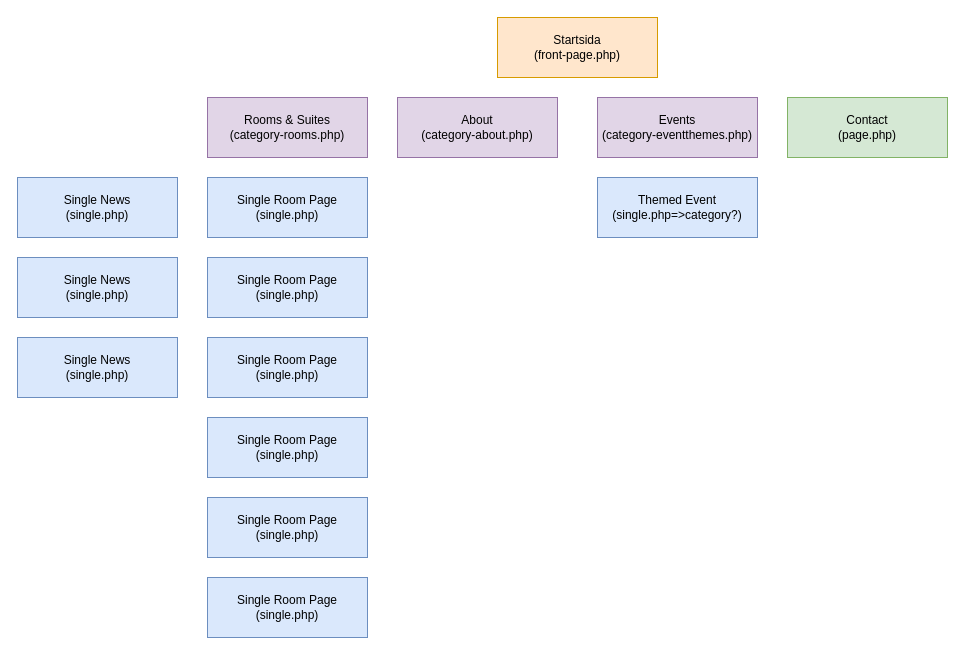
Earlier version of the draw.io diagram sitemap.drawio (moaberglund/mozzafiato). Source tidied: cells renumbered, new cells numbered last; positions are measured from the earlier drawing's top-left corner, leaving out a move shared by most shapes. Both pictures are drawn from the tidied source at 100%, with x=0, y=0 at pixel (17, 17).
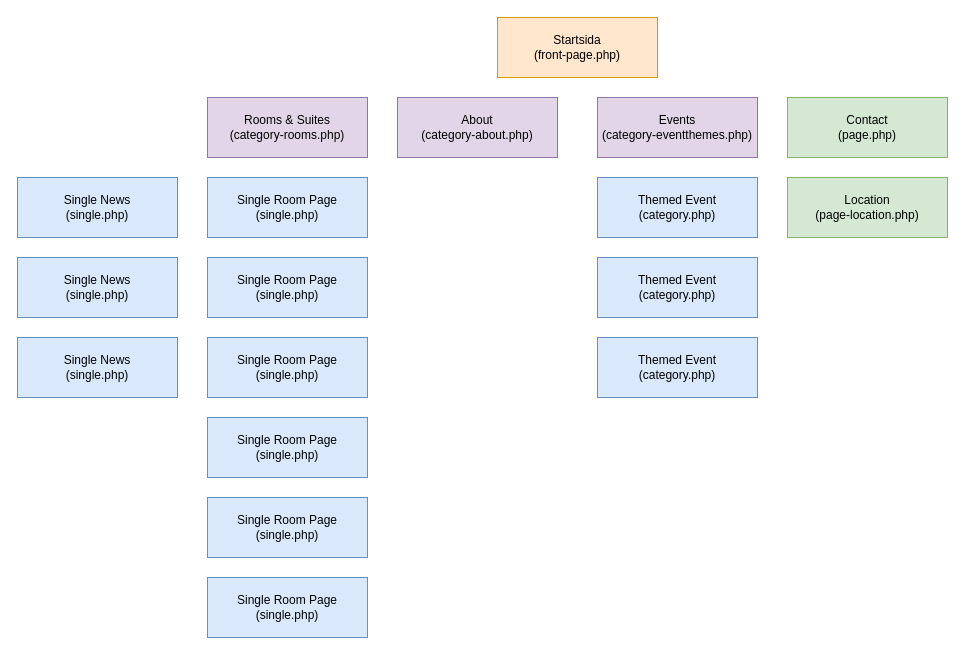
Above is the later version.

Change to the diagram source:
```diff
@@
 <mxGraphModel>
   <root>
     <mxCell id="0" />
     <mxCell id="1" parent="0" />
     <mxCell id="2" value="Startsida&lt;br&gt;(front-page.php)" style="rounded=0;whiteSpace=wrap;html=1;fillColor=#ffe6cc;strokeColor=#d79b00;fontColor=#000000;" parent="1" vertex="1">
       <mxGeometry x="480" width="160" height="60" as="geometry" />
     </mxCell>
     <mxCell id="3" value="About&lt;br&gt;(category-about.php)" style="rounded=0;whiteSpace=wrap;html=1;fillColor=#e1d5e7;strokeColor=#9673a6;fontColor=#000000;" parent="1" vertex="1">
       <mxGeometry x="380" y="80" width="160" height="60" as="geometry" />
     </mxCell>
     <mxCell id="4" value="Events&lt;br&gt;(category-eventthemes.php)" style="rounded=0;whiteSpace=wrap;html=1;fillColor=#e1d5e7;strokeColor=#9673a6;fontColor=#000000;" parent="1" vertex="1">
       <mxGeometry x="580" y="80" width="160" height="60" as="geometry" />
     </mxCell>
     <mxCell id="5" value="Rooms &amp;amp; Suites&lt;br&gt;(category-rooms.php)" style="rounded=0;whiteSpace=wrap;html=1;fillColor=#e1d5e7;strokeColor=#9673a6;fontColor=#000000;" parent="1" vertex="1">
       <mxGeometry x="190" y="80" width="160" height="60" as="geometry" />
     </mxCell>
     <mxCell id="6" value="Contact&lt;br&gt;(page.php)" style="rounded=0;whiteSpace=wrap;html=1;fillColor=#d5e8d4;strokeColor=#82b366;fontColor=#000000;" parent="1" vertex="1">
       <mxGeometry x="770" y="80" width="160" height="60" as="geometry" />
     </mxCell>
     <mxCell id="7" value="Single Room Page&lt;br&gt;(single.php)" style="rounded=0;whiteSpace=wrap;html=1;fillColor=#dae8fc;strokeColor=#6c8ebf;fontColor=#000000;" parent="1" vertex="1">
       <mxGeometry x="190" y="160" width="160" height="60" as="geometry" />
     </mxCell>
     <mxCell id="8" value="Single Room Page&lt;br&gt;(single.php)" style="rounded=0;whiteSpace=wrap;html=1;fillColor=#dae8fc;strokeColor=#6c8ebf;fontColor=#000000;" parent="1" vertex="1">
       <mxGeometry x="190" y="240" width="160" height="60" as="geometry" />
     </mxCell>
     <mxCell id="9" value="Single Room Page&lt;br&gt;(single.php)" style="rounded=0;whiteSpace=wrap;html=1;fillColor=#dae8fc;strokeColor=#6c8ebf;fontColor=#000000;" parent="1" vertex="1">
       <mxGeometry x="190" y="320" width="160" height="60" as="geometry" />
     </mxCell>
     <mxCell id="10" value="Single Room Page&lt;br&gt;(single.php)" style="rounded=0;whiteSpace=wrap;html=1;fillColor=#dae8fc;strokeColor=#6c8ebf;fontColor=#000000;" parent="1" vertex="1">
       <mxGeometry x="190" y="400" width="160" height="60" as="geometry" />
     </mxCell>
     <mxCell id="11" value="Single Room Page&lt;br&gt;(single.php)" style="rounded=0;whiteSpace=wrap;html=1;fillColor=#dae8fc;strokeColor=#6c8ebf;fontColor=#000000;" parent="1" vertex="1">
       <mxGeometry x="190" y="480" width="160" height="60" as="geometry" />
     </mxCell>
     <mxCell id="12" value="Single Room Page&lt;br&gt;(single.php)" style="rounded=0;whiteSpace=wrap;html=1;fillColor=#dae8fc;strokeColor=#6c8ebf;fontColor=#000000;" parent="1" vertex="1">
       <mxGeometry x="190" y="560" width="160" height="60" as="geometry" />
     </mxCell>
     <mxCell id="13" value="Single News&lt;br&gt;(single.php)" style="rounded=0;whiteSpace=wrap;html=1;fillColor=#dae8fc;strokeColor=#6c8ebf;fontColor=#000000;" parent="1" vertex="1">
       <mxGeometry y="160" width="160" height="60" as="geometry" />
     </mxCell>
     <mxCell id="14" value="Single News&lt;br&gt;(single.php)" style="rounded=0;whiteSpace=wrap;html=1;fillColor=#dae8fc;strokeColor=#6c8ebf;fontColor=#000000;" parent="1" vertex="1">
       <mxGeometry y="240" width="160" height="60" as="geometry" />
     </mxCell>
     <mxCell id="15" value="Single News&lt;br&gt;(single.php)" style="rounded=0;whiteSpace=wrap;html=1;fillColor=#dae8fc;strokeColor=#6c8ebf;fontColor=#000000;" parent="1" vertex="1">
       <mxGeometry y="320" width="160" height="60" as="geometry" />
     </mxCell>
-    <mxCell id="16" value="Themed Event&lt;br&gt;(single.php=&amp;gt;category?)" style="rounded=0;whiteSpace=wrap;html=1;fillColor=#dae8fc;strokeColor=#6c8ebf;fontColor=#000000;" parent="1" vertex="1">
+    <mxCell id="16" value="Themed Event&lt;br&gt;(category.php)" style="rounded=0;whiteSpace=wrap;html=1;fillColor=#dae8fc;strokeColor=#6c8ebf;fontColor=#000000;" parent="1" vertex="1">
       <mxGeometry x="580" y="160" width="160" height="60" as="geometry" />
     </mxCell>
+    <mxCell id="17" value="Themed Event&lt;br&gt;(category.php)" style="rounded=0;whiteSpace=wrap;html=1;fillColor=#dae8fc;strokeColor=#6c8ebf;fontColor=#000000;" parent="1" vertex="1">
+      <mxGeometry x="580" y="240" width="160" height="60" as="geometry" />
+    </mxCell>
+    <mxCell id="18" value="Themed Event&lt;br&gt;(category.php)" style="rounded=0;whiteSpace=wrap;html=1;fillColor=#dae8fc;strokeColor=#6c8ebf;fontColor=#000000;" parent="1" vertex="1">
+      <mxGeometry x="580" y="320" width="160" height="60" as="geometry" />
+    </mxCell>
+    <mxCell id="19" value="Location&lt;br&gt;(page-location.php)" style="rounded=0;whiteSpace=wrap;html=1;fillColor=#d5e8d4;strokeColor=#82b366;fontColor=#000000;" parent="1" vertex="1">
+      <mxGeometry x="770" y="160" width="160" height="60" as="geometry" />
+    </mxCell>
   </root>
 </mxGraphModel>
```
